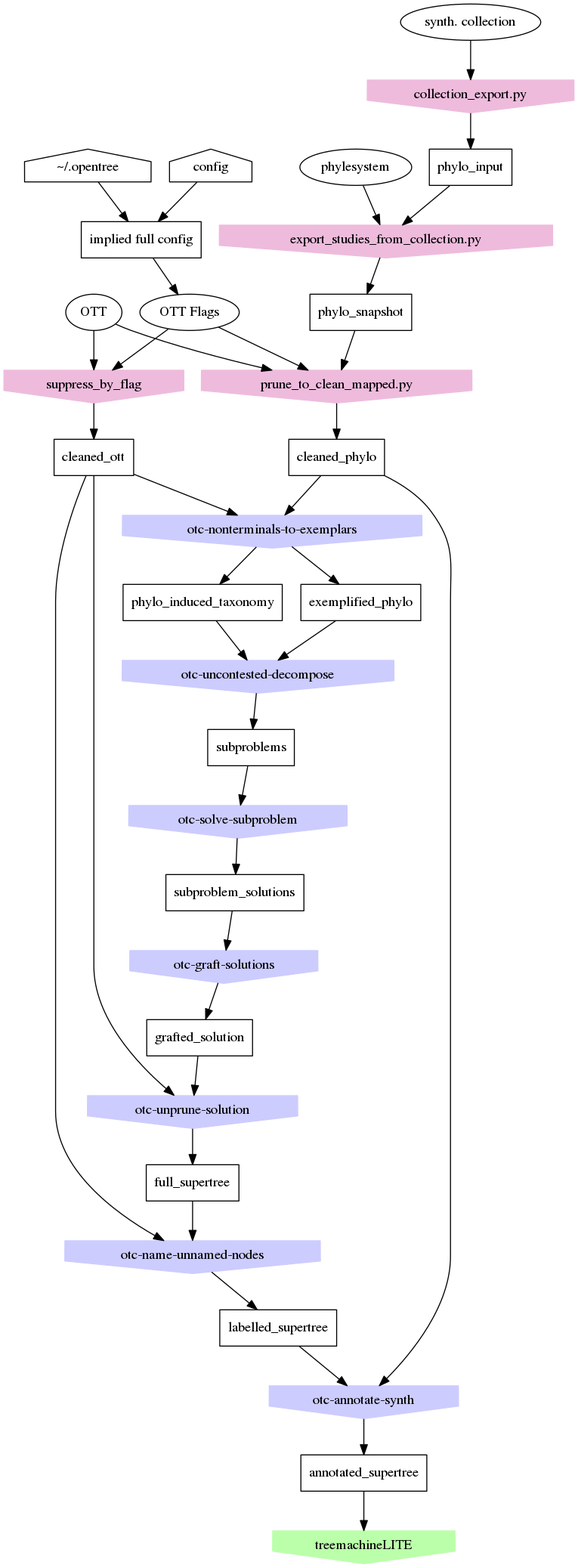
The Graphviz diagram doc/pipeline-tools.png in OpenTreeOfLife/propinquity, before a commit. Its source is kept beside it as doc/pipeline-tools.dot.
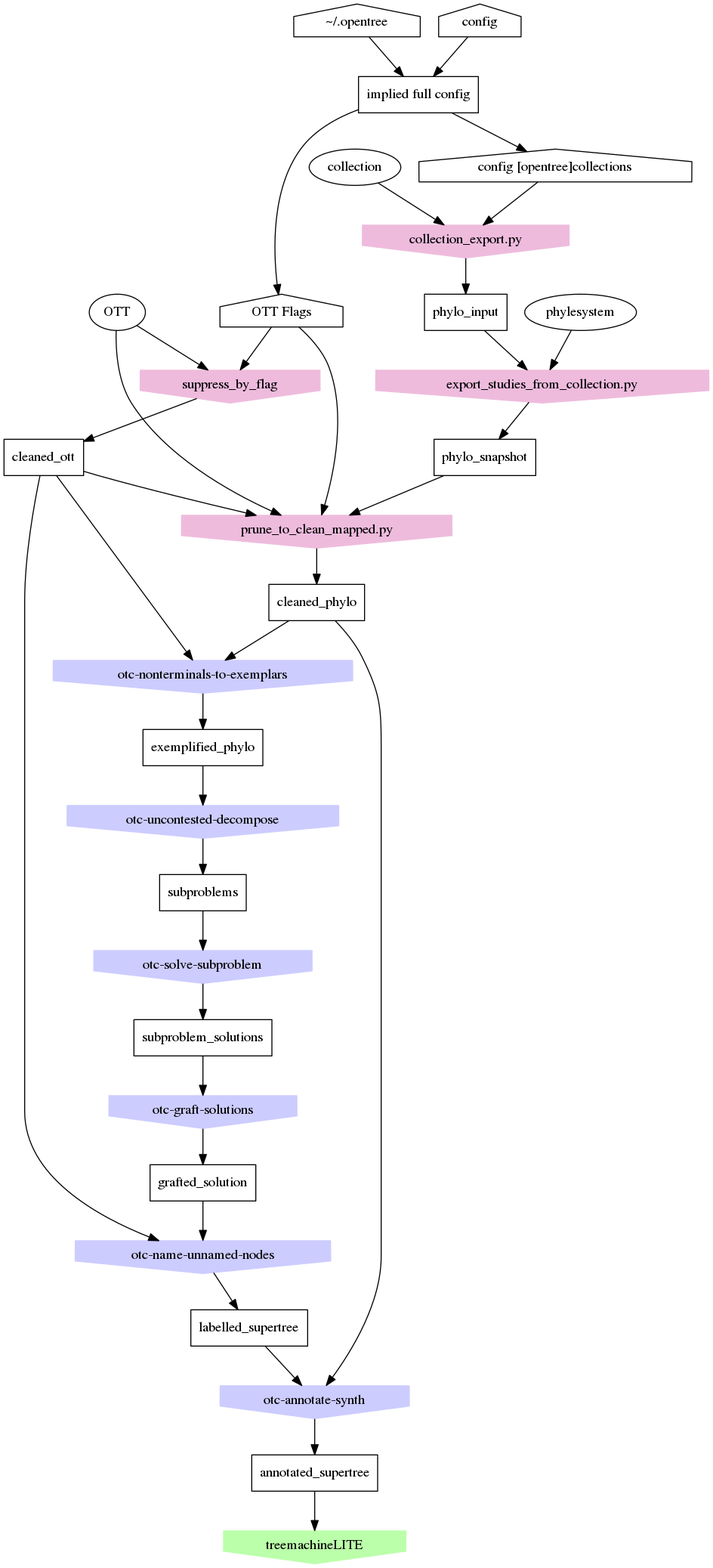
Later version of the same file.

Commit message:
corrections to pipeline picture

What changed in the source:
```diff
@@ -5,12 +5,15 @@
     homeconfig -> impliedconfig;
     inputconfig -> impliedconfig;
 
-    ottflags [shape=oval label="OTT Flags"];
+    ottflags [shape=house label="OTT Flags"];
     impliedconfig -> ottflags ;
 
     ott [shape=oval label="OTT"];
     phylesystem [shape=oval label="phylesystem"];
-    synthcoll [shape=oval label="synth. collection"];
+    synthcoll [shape=oval label="collection"];
+
+    inpspecifiers [shape=house label="config [opentree]collections"];
+    impliedconfig -> inpspecifiers;
 
     cleanedotttool [shape=invhouse label="suppress_by_flag", style=filled, color="#EEBBDD"];
     cleanedott [shape=box label="cleaned_ott"];
@@ -20,6 +23,7 @@
 
     phyloinputtool [shape=invhouse label="collection_export.py", style=filled, color="#EEBBDD"];
     phyloinput [shape=box label="phylo_input"];
+    inpspecifiers -> phyloinputtool ;
     synthcoll -> phyloinputtool ;
     phyloinputtool -> phyloinput;
 
@@ -34,21 +38,19 @@
     phylosnapshot -> cleanedphylotool ;
     ottflags -> cleanedphylotool ;
     ott -> cleanedphylotool ;
+    cleanedott -> cleanedphylotool ;
     cleanedphylotool -> cleanedphylo;
 
     phyloinducedtaxonomytool [shape=invhouse label="otc-nonterminals-to-exemplars" style=filled color="#CCCCFF"];
-    phyloinducedtaxonomy [shape=box label="phylo_induced_taxonomy"];
     exemplifiedphylo [shape=box label="exemplified_phylo"];
     cleanedphylo -> phyloinducedtaxonomytool;
     cleanedott -> phyloinducedtaxonomytool;
-    phyloinducedtaxonomytool -> phyloinducedtaxonomy;
     phyloinducedtaxonomytool -> exemplifiedphylo;
 
 
 
     subproblemstool [shape=invhouse label="otc-uncontested-decompose" style=filled color="#CCCCFF"];
     subproblems [shape=box label="subproblems"];
-    phyloinducedtaxonomy -> subproblemstool;
     exemplifiedphylo -> subproblemstool;
     subproblemstool -> subproblems;
 
@@ -62,16 +64,16 @@
     subproblemsoln -> graftedsolntool;
     graftedsolntool -> graftedsoln;
 
-    supertreetopotool [shape=invhouse label="otc-unprune-solution" style=filled color="#CCCCFF"];
-    supertreetopo [shape=box label="full_supertree"];
-    graftedsoln -> supertreetopotool;
-    cleanedott -> supertreetopotool;
-    supertreetopotool -> supertreetopo;
+    #supertreetopotool [shape=invhouse label="otc-unprune-solution" style=filled color="#CCCCFF"];
+    #supertreetopo [shape=box label="full_supertree"];
+    #graftedsoln -> supertreetopotool;
+    #cleanedott -> supertreetopotool;
+    #supertreetopotool -> supertreetopo;
 
     taxolabelledsupertreetool [shape=invhouse label="otc-name-unnamed-nodes" style=filled color="#CCCCFF"];
     taxolabelledsupertree [shape=box label="labelled_supertree"];
     cleanedott -> taxolabelledsupertreetool;
-    supertreetopo -> taxolabelledsupertreetool;
+    graftedsoln -> taxolabelledsupertreetool;
     taxolabelledsupertreetool -> taxolabelledsupertree;
 
     supertreewithsupporttool [shape=invhouse label="otc-annotate-synth" style=filled color="#CCCCFF"];
```
